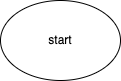
Earlier version of the draw.io export shema.drawio.png (DmitryParshin1/verificationwork). Source tidied: cells renumbered, new cells last; positions are measured from the earlier drawing's top-left corner, leaving out a move shared by most shapes. Source of this version:
```xml
<mxGraphModel>
  <root>
    <mxCell id="0" />
    <mxCell id="1" parent="0" />
    <mxCell id="2" value="start" style="ellipse;whiteSpace=wrap;html=1;" parent="1" vertex="1">
      <mxGeometry width="120" height="80" as="geometry" />
    </mxCell>
  </root>
</mxGraphModel>
```
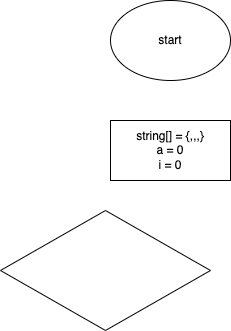
After the change.

Commit message:
добавлена блок-схема

Change to the diagram source:
```diff
@@ -5,5 +5,11 @@
     <mxCell id="2" value="start" style="ellipse;whiteSpace=wrap;html=1;" parent="1" vertex="1">
       <mxGeometry width="120" height="80" as="geometry" />
     </mxCell>
+    <mxCell id="3" value="string[] = {,,,}&lt;br&gt;a = 0&lt;br&gt;i = 0" style="rounded=0;whiteSpace=wrap;html=1;" parent="1" vertex="1">
+      <mxGeometry y="120" width="120" height="60" as="geometry" />
+    </mxCell>
+    <mxCell id="4" style="rhombus;whiteSpace=wrap;html=1;" parent="1" vertex="1">
+      <mxGeometry x="-110" y="210" width="210" height="120" as="geometry" />
+    </mxCell>
   </root>
 </mxGraphModel>
```
